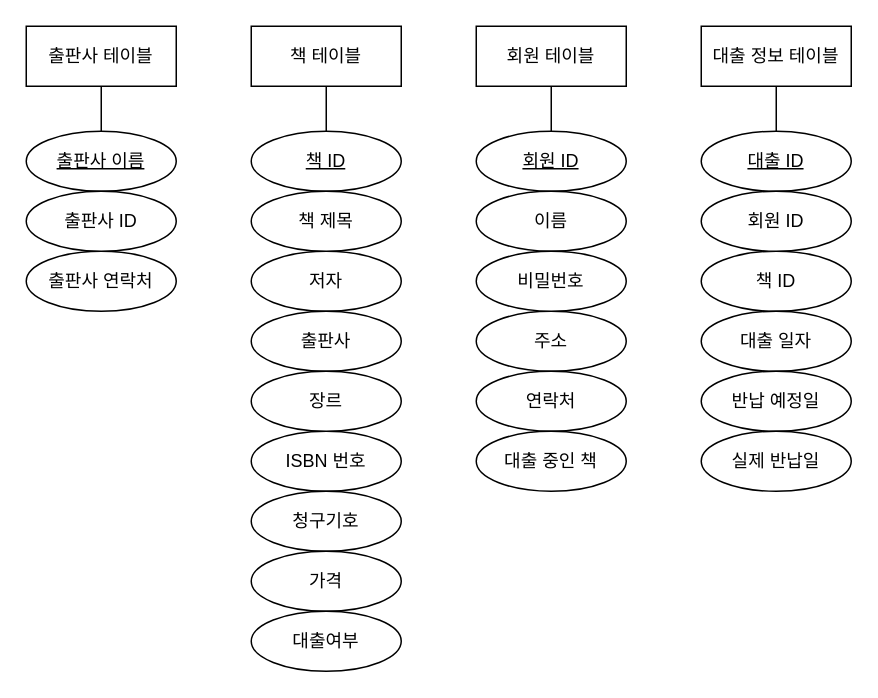
bebae/Beginner-Project keeps this draw.io diagram as page "페이지-1" (1 of 4) of JdbcBookLibrary/sql/test book.drawio. Above is the earlier version. Source tidied: cells renumbered, new cells numbered last; positions are measured from the earlier drawing's top-left corner, leaving out a move shared by most shapes. Both pictures are drawn from the tidied source at 150%, with x=0, y=0 at pixel (26, 26).
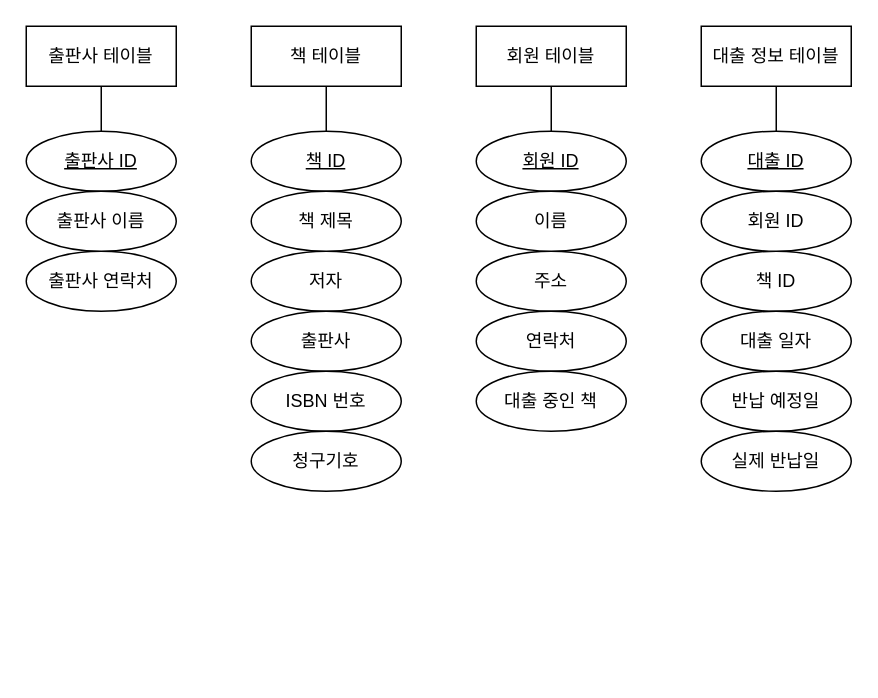
After the change.

What changed in the source:
```diff
@@
-    <mxCell id="6" value="출판사 이름" style="ellipse;whiteSpace=wrap;html=1;align=center;fontStyle=4;" parent="1" vertex="1">
+    <mxCell id="6" value="출판사 ID" style="ellipse;whiteSpace=wrap;html=1;align=center;fontStyle=4;" parent="1" vertex="1">
       <mxGeometry y="70" width="100" height="40" as="geometry" />
     </mxCell>
@@
-    <mxCell id="8" value="출판사 ID" style="ellipse;whiteSpace=wrap;html=1;align=center;" parent="1" vertex="1">
+    <mxCell id="8" value="출판사 이름" style="ellipse;whiteSpace=wrap;html=1;align=center;" parent="1" vertex="1">
       <mxGeometry y="110" width="100" height="40" as="geometry" />
     </mxCell>
@@
     <mxCell id="13" value="ISBN 번호" style="ellipse;whiteSpace=wrap;html=1;align=center;" parent="1" vertex="1">
-      <mxGeometry x="150" y="270" width="100" height="40" as="geometry" />
+      <mxGeometry x="150" y="230" width="100" height="40" as="geometry" />
     </mxCell>
     <mxCell id="14" value="청구기호" style="ellipse;whiteSpace=wrap;html=1;align=center;" parent="1" vertex="1">
-      <mxGeometry x="150" y="310" width="100" height="40" as="geometry" />
+      <mxGeometry x="150" y="270" width="100" height="40" as="geometry" />
     </mxCell>
@@
     <mxCell id="16" value="주소" style="ellipse;whiteSpace=wrap;html=1;align=center;" parent="1" vertex="1">
-      <mxGeometry x="300" y="190" width="100" height="40" as="geometry" />
+      <mxGeometry x="300" y="150" width="100" height="40" as="geometry" />
     </mxCell>
@@
     <mxCell id="18" value="연락처" style="ellipse;whiteSpace=wrap;html=1;align=center;" parent="1" vertex="1">
-      <mxGeometry x="300" y="230" width="100" height="40" as="geometry" />
+      <mxGeometry x="300" y="190" width="100" height="40" as="geometry" />
     </mxCell>
     <mxCell id="19" value="대출 중인 책" style="ellipse;whiteSpace=wrap;html=1;align=center;" parent="1" vertex="1">
-      <mxGeometry x="300" y="270" width="100" height="40" as="geometry" />
+      <mxGeometry x="300" y="230" width="100" height="40" as="geometry" />
     </mxCell>
@@
-    <mxCell id="30" value="가격" style="ellipse;whiteSpace=wrap;html=1;align=center;" parent="1" vertex="1">
-      <mxGeometry x="150" y="350" width="100" height="40" as="geometry" />
-    </mxCell>
-    <mxCell id="31" value="장르" style="ellipse;whiteSpace=wrap;html=1;align=center;" parent="1" vertex="1">
-      <mxGeometry x="150" y="230" width="100" height="40" as="geometry" />
-    </mxCell>
-    <mxCell id="32" value="대출여부" style="ellipse;whiteSpace=wrap;html=1;align=center;" parent="1" vertex="1">
-      <mxGeometry x="150" y="390" width="100" height="40" as="geometry" />
-    </mxCell>
-    <mxCell id="33" value="비밀번호" style="ellipse;whiteSpace=wrap;html=1;align=center;" parent="1" vertex="1">
-      <mxGeometry x="300" y="150" width="100" height="40" as="geometry" />
-    </mxCell>
```
